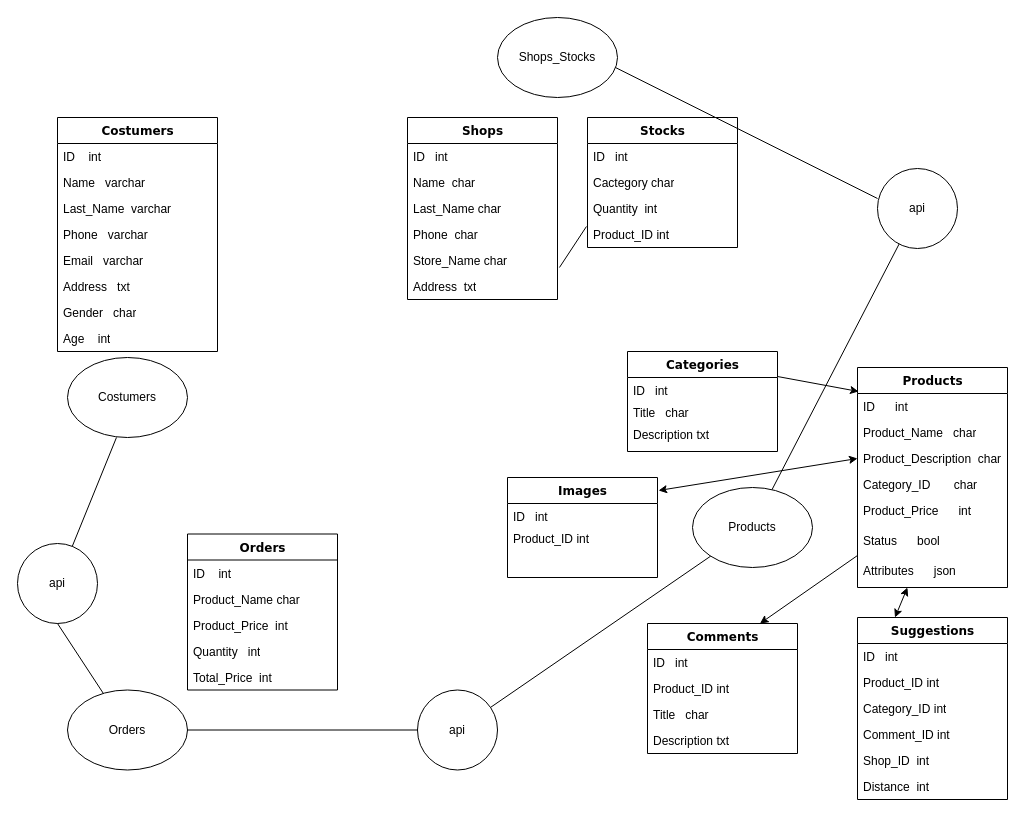
Above: Untitled Diagram.drawio in javidyrm/instaflow (draw.io), before the change. Source tidied: cells renumbered, new cells numbered last; positions are measured from the earlier drawing's top-left corner, leaving out a move shared by most shapes. Both pictures are drawn from the tidied source at 100%, with x=0, y=0 at pixel (17, 17).
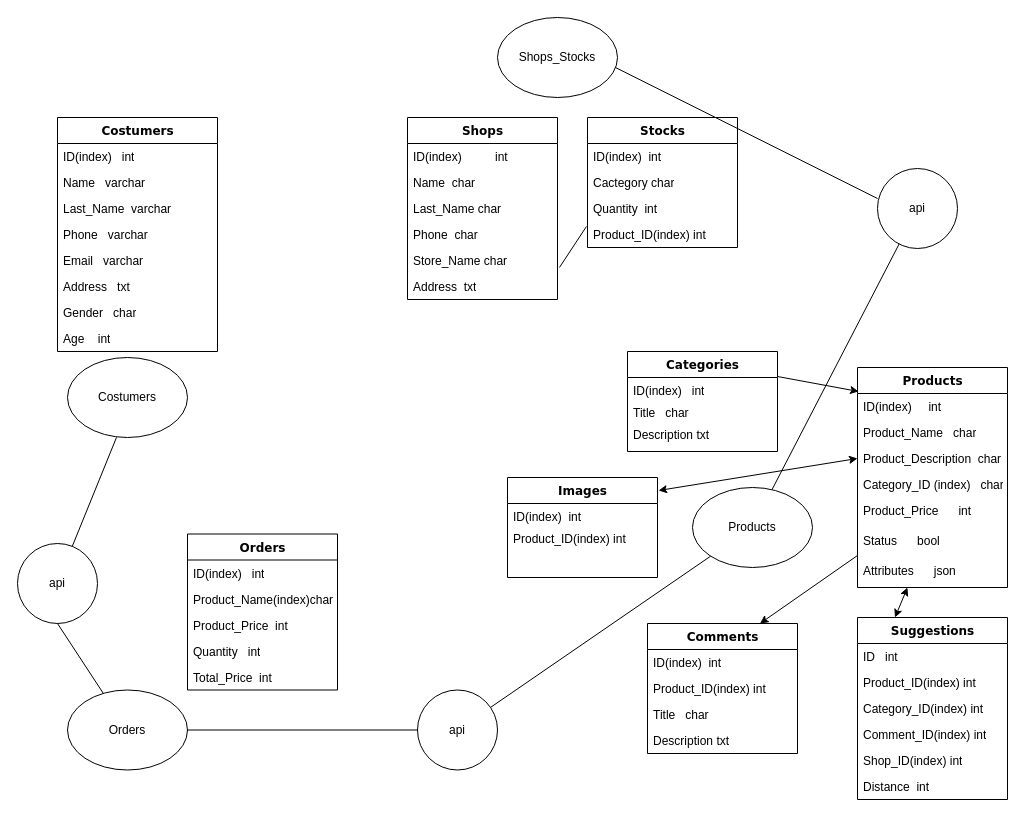
The same diagram, later.

The change refers to these unchanged cells:
```xml
<mxCell id="2" value="Costumers" style="swimlane;html=1;fontStyle=1;align=center;verticalAlign=top;horizontal=1;startSize=26;swimlaneFillColor=#ffffff;rounded=0;shadow=0;comic=0;labelBackgroundColor=none;strokeWidth=1;fillColor=none;fontFamily=Verdana;fontSize=12;" parent="1" vertex="1">
  <mxGeometry x="40" y="100" width="160" height="234" as="geometry" />
</mxCell>
<mxCell id="11" value="Shops" style="swimlane;html=1;fontStyle=1;align=center;verticalAlign=top;horizontal=1;startSize=26;swimlaneFillColor=#ffffff;rounded=0;shadow=0;comic=0;labelBackgroundColor=none;strokeWidth=1;fillColor=none;fontFamily=Verdana;fontSize=12;" parent="1" vertex="1">
  <mxGeometry x="390" y="100" width="150" height="182" as="geometry" />
</mxCell>
<mxCell id="18" value="Categories" style="swimlane;html=1;fontStyle=1;align=center;verticalAlign=top;horizontal=1;startSize=26;swimlaneFillColor=#ffffff;rounded=0;shadow=0;comic=0;labelBackgroundColor=none;strokeWidth=1;fillColor=none;fontFamily=Verdana;fontSize=12;" parent="1" vertex="1">
  <mxGeometry x="610" y="334" width="150" height="100" as="geometry" />
</mxCell>
<mxCell id="22" value="Comments" style="swimlane;html=1;fontStyle=1;align=center;verticalAlign=top;horizontal=1;startSize=26;swimlaneFillColor=#ffffff;rounded=0;shadow=0;comic=0;labelBackgroundColor=none;strokeWidth=1;fillColor=none;fontFamily=Verdana;fontSize=12;" parent="1" vertex="1">
  <mxGeometry x="630" y="606" width="150" height="130" as="geometry" />
</mxCell>
<mxCell id="27" value="Products" style="swimlane;html=1;fontStyle=1;align=center;verticalAlign=top;horizontal=1;startSize=26;swimlaneFillColor=#ffffff;rounded=0;shadow=0;comic=0;labelBackgroundColor=none;strokeWidth=1;fillColor=none;fontFamily=Verdana;fontSize=12;" parent="1" vertex="1">
  <mxGeometry x="840" y="350" width="150" height="220" as="geometry" />
</mxCell>
<mxCell id="35" value="Orders" style="swimlane;html=1;fontStyle=1;align=center;verticalAlign=top;horizontal=1;startSize=26;swimlaneFillColor=#ffffff;rounded=0;shadow=0;comic=0;labelBackgroundColor=none;strokeWidth=1;fillColor=none;fontFamily=Verdana;fontSize=12;" parent="1" vertex="1">
  <mxGeometry x="170" y="516.5" width="150" height="156" as="geometry" />
</mxCell>
<mxCell id="41" value="Suggestions" style="swimlane;html=1;fontStyle=1;align=center;verticalAlign=top;horizontal=1;startSize=26;swimlaneFillColor=#ffffff;rounded=0;shadow=0;comic=0;labelBackgroundColor=none;strokeWidth=1;fillColor=none;fontFamily=Verdana;fontSize=12;" parent="1" vertex="1">
  <mxGeometry x="840" y="600" width="150" height="182" as="geometry" />
</mxCell>
<mxCell id="48" value="Stocks" style="swimlane;html=1;fontStyle=1;align=center;verticalAlign=top;horizontal=1;startSize=26;swimlaneFillColor=#ffffff;rounded=0;shadow=0;comic=0;labelBackgroundColor=none;strokeWidth=1;fillColor=none;fontFamily=Verdana;fontSize=12;" parent="1" vertex="1">
  <mxGeometry x="570" y="100" width="150" height="130" as="geometry" />
</mxCell>
<mxCell id="57" value="Images" style="swimlane;html=1;fontStyle=1;align=center;verticalAlign=top;horizontal=1;startSize=26;swimlaneFillColor=#ffffff;rounded=0;shadow=0;comic=0;labelBackgroundColor=none;strokeWidth=1;fillColor=none;fontFamily=Verdana;fontSize=12;" parent="1" vertex="1">
  <mxGeometry x="490" y="460" width="150" height="100" as="geometry" />
</mxCell>
```

What changed in the source:
```diff
@@
-    <mxCell id="3" value="ID&lt;span style=&quot;white-space: pre&quot;&gt; &lt;/span&gt;&lt;span style=&quot;white-space: pre&quot;&gt; &lt;/span&gt;&lt;span style=&quot;white-space: pre&quot;&gt; &lt;/span&gt;&lt;span style=&quot;white-space: pre&quot;&gt; &lt;/span&gt;int" style="text;html=1;strokeColor=none;fillColor=none;align=left;verticalAlign=top;spacingLeft=4;spacingRight=4;whiteSpace=wrap;overflow=hidden;" parent="2" vertex="1">
+    <mxCell id="3" value="ID(index)&lt;span style=&quot;white-space: pre&quot;&gt; &lt;/span&gt;&lt;span style=&quot;white-space: pre&quot;&gt; &lt;/span&gt;&lt;span style=&quot;white-space: pre&quot;&gt; &lt;/span&gt;int" style="text;html=1;strokeColor=none;fillColor=none;align=left;verticalAlign=top;spacingLeft=4;spacingRight=4;whiteSpace=wrap;overflow=hidden;" parent="2" vertex="1">
       <mxGeometry y="26" width="160" height="26" as="geometry" />
     </mxCell>
@@
-    <mxCell id="12" value="ID&lt;span style=&quot;white-space: pre&quot;&gt; &lt;/span&gt;&lt;span style=&quot;white-space: pre&quot;&gt; &lt;/span&gt;&lt;span style=&quot;white-space: pre&quot;&gt; &lt;/span&gt;int" style="text;html=1;strokeColor=none;fillColor=none;align=left;verticalAlign=top;spacingLeft=4;spacingRight=4;whiteSpace=wrap;overflow=hidden;" parent="11" vertex="1">
+    <mxCell id="12" value="ID(index)&amp;nbsp; &amp;nbsp; &amp;nbsp; &amp;nbsp; &amp;nbsp;&lt;span&gt; &lt;/span&gt;int" style="text;html=1;strokeColor=none;fillColor=none;align=left;verticalAlign=top;spacingLeft=4;spacingRight=4;whiteSpace=wrap;overflow=hidden;" parent="11" vertex="1">
       <mxGeometry y="26" width="150" height="26" as="geometry" />
     </mxCell>
@@
-    <mxCell id="19" value="ID&lt;span style=&quot;white-space: pre&quot;&gt; &lt;span style=&quot;white-space: pre&quot;&gt; &lt;/span&gt;&lt;span style=&quot;white-space: pre&quot;&gt; &lt;/span&gt;&lt;/span&gt;int" style="text;html=1;strokeColor=none;fillColor=none;align=left;verticalAlign=top;spacingLeft=4;spacingRight=4;whiteSpace=wrap;overflow=hidden;" parent="18" vertex="1">
+    <mxCell id="19" value="ID(index)&lt;span style=&quot;white-space: pre&quot;&gt; &lt;span style=&quot;white-space: pre&quot;&gt; &lt;/span&gt;&lt;span style=&quot;white-space: pre&quot;&gt; &lt;/span&gt;&lt;/span&gt;int" style="text;html=1;strokeColor=none;fillColor=none;align=left;verticalAlign=top;spacingLeft=4;spacingRight=4;whiteSpace=wrap;overflow=hidden;" parent="18" vertex="1">
       <mxGeometry y="26" width="150" height="22" as="geometry" />
     </mxCell>
@@
-    <mxCell id="23" value="ID&lt;span style=&quot;white-space: pre&quot;&gt; &lt;/span&gt;&lt;span style=&quot;white-space: pre&quot;&gt; &lt;/span&gt;&lt;span style=&quot;white-space: pre&quot;&gt; &lt;/span&gt;int" style="text;html=1;strokeColor=none;fillColor=none;align=left;verticalAlign=top;spacingLeft=4;spacingRight=4;whiteSpace=wrap;overflow=hidden;" parent="22" vertex="1">
+    <mxCell id="23" value="ID(index)&lt;span style=&quot;white-space: pre&quot;&gt; &lt;/span&gt;&lt;span style=&quot;white-space: pre&quot;&gt; &lt;/span&gt;int" style="text;html=1;strokeColor=none;fillColor=none;align=left;verticalAlign=top;spacingLeft=4;spacingRight=4;whiteSpace=wrap;overflow=hidden;" parent="22" vertex="1">
       <mxGeometry y="26" width="150" height="26" as="geometry" />
     </mxCell>
-    <mxCell id="24" value="Product_ID&lt;span style=&quot;white-space: pre&quot;&gt; &lt;/span&gt;int" style="text;html=1;strokeColor=none;fillColor=none;align=left;verticalAlign=top;spacingLeft=4;spacingRight=4;whiteSpace=wrap;overflow=hidden;" parent="22" vertex="1">
+    <mxCell id="24" value="Product_ID(index)&lt;span style=&quot;white-space: pre&quot;&gt; &lt;/span&gt;int" style="text;html=1;strokeColor=none;fillColor=none;align=left;verticalAlign=top;spacingLeft=4;spacingRight=4;whiteSpace=wrap;overflow=hidden;" parent="22" vertex="1">
       <mxGeometry y="52" width="150" height="26" as="geometry" />
     </mxCell>
@@
-    <mxCell id="28" value="ID&lt;span style=&quot;white-space: pre&quot;&gt; &lt;span style=&quot;white-space: pre&quot;&gt; &lt;/span&gt;&lt;span style=&quot;white-space: pre&quot;&gt; &lt;/span&gt;&lt;span style=&quot;white-space: pre&quot;&gt; &lt;/span&gt;  &lt;/span&gt;int" style="text;html=1;strokeColor=none;fillColor=none;align=left;verticalAlign=top;spacingLeft=4;spacingRight=4;whiteSpace=wrap;overflow=hidden;points=[[0,0.5],[1,0.5]];portConstraint=eastwest;" parent="27" vertex="1">
+    <mxCell id="28" value="ID(index)&lt;span style=&quot;white-space: pre&quot;&gt;&lt;span style=&quot;white-space: pre&quot;&gt; &lt;/span&gt;&lt;span style=&quot;white-space: pre&quot;&gt; &lt;/span&gt;&lt;span style=&quot;white-space: pre&quot;&gt; &lt;/span&gt;  &lt;/span&gt;int" style="text;html=1;strokeColor=none;fillColor=none;align=left;verticalAlign=top;spacingLeft=4;spacingRight=4;whiteSpace=wrap;overflow=hidden;points=[[0,0.5],[1,0.5]];portConstraint=eastwest;" parent="27" vertex="1">
       <mxGeometry y="26" width="150" height="26" as="geometry" />
     </mxCell>
@@
-    <mxCell id="31" value="Category_ID&lt;span&gt;&amp;nbsp; &amp;nbsp;&lt;span style=&quot;white-space: pre&quot;&gt; &lt;/span&gt;&lt;span style=&quot;white-space: pre&quot;&gt; &lt;/span&gt; &amp;nbsp;&lt;/span&gt;char" style="text;html=1;strokeColor=none;fillColor=none;align=left;verticalAlign=top;spacingLeft=4;spacingRight=4;whiteSpace=wrap;overflow=hidden;" parent="27" vertex="1">
+    <mxCell id="31" value="Category_ID&lt;span&gt;&amp;nbsp;(index)&amp;nbsp;&amp;nbsp;&amp;nbsp;&lt;/span&gt;char" style="text;html=1;strokeColor=none;fillColor=none;align=left;verticalAlign=top;spacingLeft=4;spacingRight=4;whiteSpace=wrap;overflow=hidden;" parent="27" vertex="1">
       <mxGeometry y="104" width="150" height="26" as="geometry" />
     </mxCell>
@@
-    <mxCell id="36" value="ID&lt;span style=&quot;white-space: pre&quot;&gt; &lt;/span&gt;&lt;span style=&quot;white-space: pre&quot;&gt; &lt;/span&gt;&lt;span style=&quot;white-space: pre&quot;&gt; &lt;/span&gt;&lt;span style=&quot;white-space: pre&quot;&gt; &lt;/span&gt;int" style="text;html=1;strokeColor=none;fillColor=none;align=left;verticalAlign=top;spacingLeft=4;spacingRight=4;whiteSpace=wrap;overflow=hidden;" parent="35" vertex="1">
+    <mxCell id="36" value="ID(index)&lt;span style=&quot;white-space: pre&quot;&gt; &lt;/span&gt;&lt;span style=&quot;white-space: pre&quot;&gt; &lt;/span&gt;&lt;span style=&quot;white-space: pre&quot;&gt; &lt;/span&gt;int" style="text;html=1;strokeColor=none;fillColor=none;align=left;verticalAlign=top;spacingLeft=4;spacingRight=4;whiteSpace=wrap;overflow=hidden;" parent="35" vertex="1">
       <mxGeometry y="26" width="150" height="26" as="geometry" />
     </mxCell>
-    <mxCell id="37" value="Product_Name&lt;span style=&quot;white-space: pre&quot;&gt; &lt;/span&gt;char" style="text;html=1;strokeColor=none;fillColor=none;align=left;verticalAlign=top;spacingLeft=4;spacingRight=4;whiteSpace=wrap;overflow=hidden;" parent="35" vertex="1">
+    <mxCell id="37" value="Product_Name(index)char" style="text;html=1;strokeColor=none;fillColor=none;align=left;verticalAlign=top;spacingLeft=4;spacingRight=4;whiteSpace=wrap;overflow=hidden;" parent="35" vertex="1">
       <mxGeometry y="52" width="150" height="26" as="geometry" />
     </mxCell>
@@
-    <mxCell id="43" value="Product_ID&lt;span style=&quot;white-space: pre&quot;&gt; &lt;/span&gt;int" style="text;html=1;strokeColor=none;fillColor=none;align=left;verticalAlign=top;spacingLeft=4;spacingRight=4;whiteSpace=wrap;overflow=hidden;" parent="41" vertex="1">
+    <mxCell id="43" value="Product_ID(index)&lt;span style=&quot;white-space: pre&quot;&gt; &lt;/span&gt;int" style="text;html=1;strokeColor=none;fillColor=none;align=left;verticalAlign=top;spacingLeft=4;spacingRight=4;whiteSpace=wrap;overflow=hidden;" parent="41" vertex="1">
       <mxGeometry y="52" width="150" height="26" as="geometry" />
     </mxCell>
-    <mxCell id="44" value="Category_ID&lt;span style=&quot;white-space: pre&quot;&gt; &lt;/span&gt;int" style="text;html=1;strokeColor=none;fillColor=none;align=left;verticalAlign=top;spacingLeft=4;spacingRight=4;whiteSpace=wrap;overflow=hidden;" parent="41" vertex="1">
+    <mxCell id="44" value="Category_ID(index)&lt;span style=&quot;white-space: pre&quot;&gt; &lt;/span&gt;int" style="text;html=1;strokeColor=none;fillColor=none;align=left;verticalAlign=top;spacingLeft=4;spacingRight=4;whiteSpace=wrap;overflow=hidden;" parent="41" vertex="1">
       <mxGeometry y="78" width="150" height="26" as="geometry" />
     </mxCell>
-    <mxCell id="45" value="Comment_ID&lt;span style=&quot;white-space: pre&quot;&gt; &lt;/span&gt;int" style="text;html=1;strokeColor=none;fillColor=none;align=left;verticalAlign=top;spacingLeft=4;spacingRight=4;whiteSpace=wrap;overflow=hidden;" parent="41" vertex="1">
+    <mxCell id="45" value="Comment_ID(index) int" style="text;html=1;strokeColor=none;fillColor=none;align=left;verticalAlign=top;spacingLeft=4;spacingRight=4;whiteSpace=wrap;overflow=hidden;" parent="41" vertex="1">
       <mxGeometry y="104" width="150" height="26" as="geometry" />
     </mxCell>
-    <mxCell id="46" value="Shop_ID&lt;span style=&quot;white-space: pre&quot;&gt; &lt;/span&gt;&lt;span style=&quot;white-space: pre&quot;&gt; &lt;/span&gt;int" style="text;html=1;strokeColor=none;fillColor=none;align=left;verticalAlign=top;spacingLeft=4;spacingRight=4;whiteSpace=wrap;overflow=hidden;" parent="41" vertex="1">
+    <mxCell id="46" value="Shop_ID(index)&lt;span style=&quot;white-space: pre&quot;&gt; &lt;/span&gt;int" style="text;html=1;strokeColor=none;fillColor=none;align=left;verticalAlign=top;spacingLeft=4;spacingRight=4;whiteSpace=wrap;overflow=hidden;" parent="41" vertex="1">
       <mxGeometry y="130" width="150" height="26" as="geometry" />
     </mxCell>
@@
-    <mxCell id="49" value="ID&lt;span style=&quot;white-space: pre&quot;&gt; &lt;span style=&quot;white-space: pre&quot;&gt; &lt;/span&gt;&lt;span style=&quot;white-space: pre&quot;&gt; &lt;/span&gt;&lt;/span&gt;int" style="text;html=1;strokeColor=none;fillColor=none;align=left;verticalAlign=top;spacingLeft=4;spacingRight=4;whiteSpace=wrap;overflow=hidden;" parent="48" vertex="1">
+    <mxCell id="49" value="ID(index)&lt;span style=&quot;white-space: pre&quot;&gt;&lt;span style=&quot;white-space: pre&quot;&gt; &lt;/span&gt;&lt;span style=&quot;white-space: pre&quot;&gt; &lt;/span&gt;&lt;/span&gt;int" style="text;html=1;strokeColor=none;fillColor=none;align=left;verticalAlign=top;spacingLeft=4;spacingRight=4;whiteSpace=wrap;overflow=hidden;" parent="48" vertex="1">
       <mxGeometry y="26" width="150" height="26" as="geometry" />
     </mxCell>
@@
-    <mxCell id="52" value="Product_ID&lt;span style=&quot;white-space: pre&quot;&gt; &lt;/span&gt;int" style="text;html=1;strokeColor=none;fillColor=none;align=left;verticalAlign=top;spacingLeft=4;spacingRight=4;whiteSpace=wrap;overflow=hidden;" parent="48" vertex="1">
+    <mxCell id="52" value="Product_ID(index)&lt;span style=&quot;white-space: pre&quot;&gt; &lt;/span&gt;int" style="text;html=1;strokeColor=none;fillColor=none;align=left;verticalAlign=top;spacingLeft=4;spacingRight=4;whiteSpace=wrap;overflow=hidden;" parent="48" vertex="1">
       <mxGeometry y="104" width="150" height="26" as="geometry" />
     </mxCell>
@@
-    <mxCell id="58" value="ID&lt;span style=&quot;white-space: pre&quot;&gt; &lt;span style=&quot;white-space: pre&quot;&gt; &lt;/span&gt;&lt;span style=&quot;white-space: pre&quot;&gt; &lt;/span&gt;&lt;/span&gt;int" style="text;html=1;strokeColor=none;fillColor=none;align=left;verticalAlign=top;spacingLeft=4;spacingRight=4;whiteSpace=wrap;overflow=hidden;" parent="57" vertex="1">
+    <mxCell id="58" value="ID(index)&lt;span style=&quot;white-space: pre&quot;&gt;&lt;span style=&quot;white-space: pre&quot;&gt; &lt;/span&gt;&lt;span style=&quot;white-space: pre&quot;&gt; &lt;/span&gt;&lt;/span&gt;int" style="text;html=1;strokeColor=none;fillColor=none;align=left;verticalAlign=top;spacingLeft=4;spacingRight=4;whiteSpace=wrap;overflow=hidden;" parent="57" vertex="1">
       <mxGeometry y="26" width="150" height="22" as="geometry" />
     </mxCell>
-    <mxCell id="59" value="Product_ID&lt;span style=&quot;white-space: pre&quot;&gt; &lt;/span&gt;int" style="text;html=1;strokeColor=none;fillColor=none;align=left;verticalAlign=top;spacingLeft=4;spacingRight=4;whiteSpace=wrap;overflow=hidden;" parent="57" vertex="1">
+    <mxCell id="59" value="Product_ID(index)&lt;span style=&quot;white-space: pre&quot;&gt; &lt;/span&gt;int" style="text;html=1;strokeColor=none;fillColor=none;align=left;verticalAlign=top;spacingLeft=4;spacingRight=4;whiteSpace=wrap;overflow=hidden;" parent="57" vertex="1">
       <mxGeometry y="48" width="150" height="22" as="geometry" />
     </mxCell>
```
